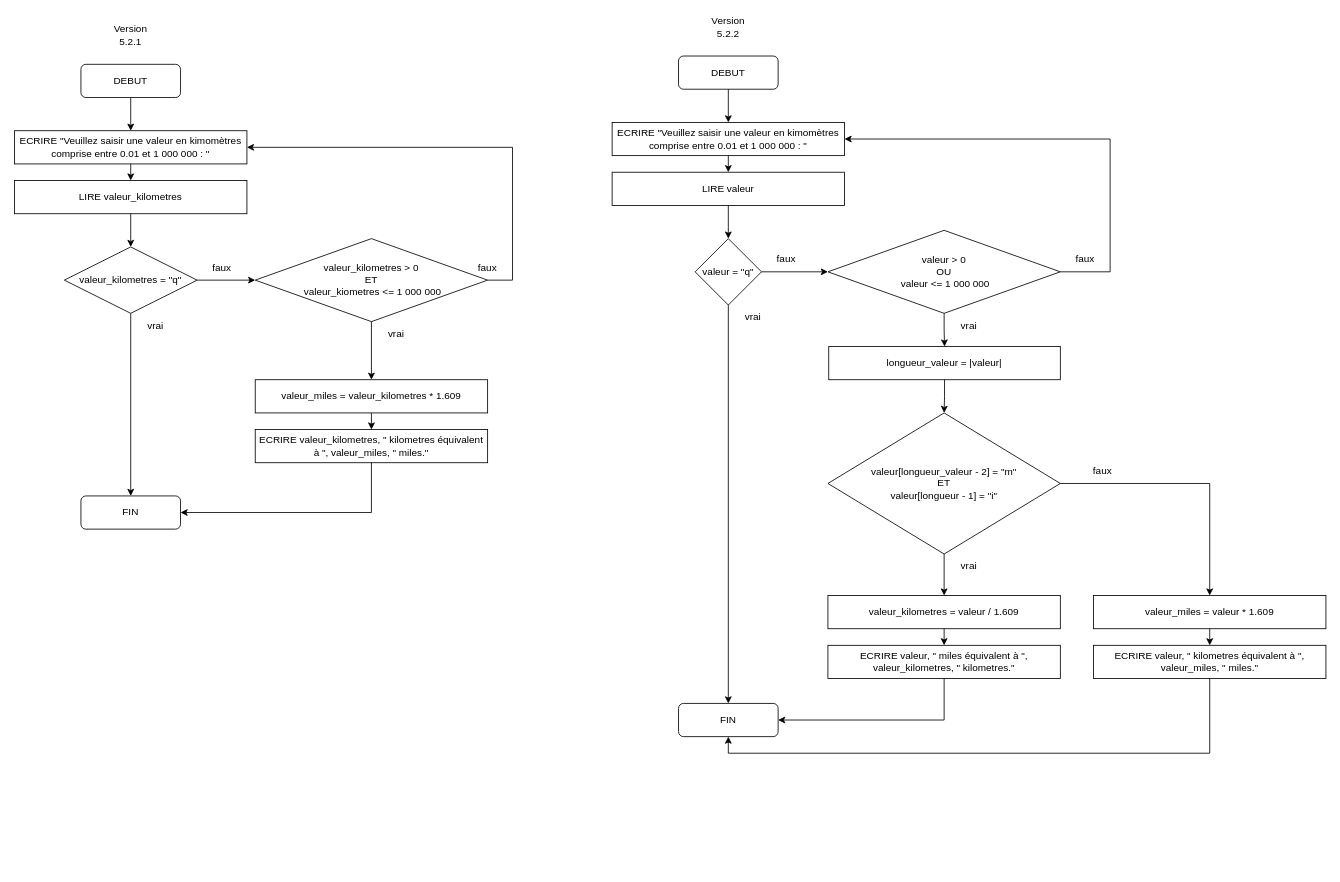
Before: 01 ALGORITHMIQUE/5.2 Conversion kilomètres miles.drawio in D-CRAVO/FORMATION-DWWM-2022, a draw.io diagram. Source tidied: cells renumbered, new cells numbered last; positions are measured from the earlier drawing's top-left corner, leaving out a move shared by most shapes. Both pictures are drawn from the tidied source at 83%, with x=0, y=0 at pixel (14, 14).
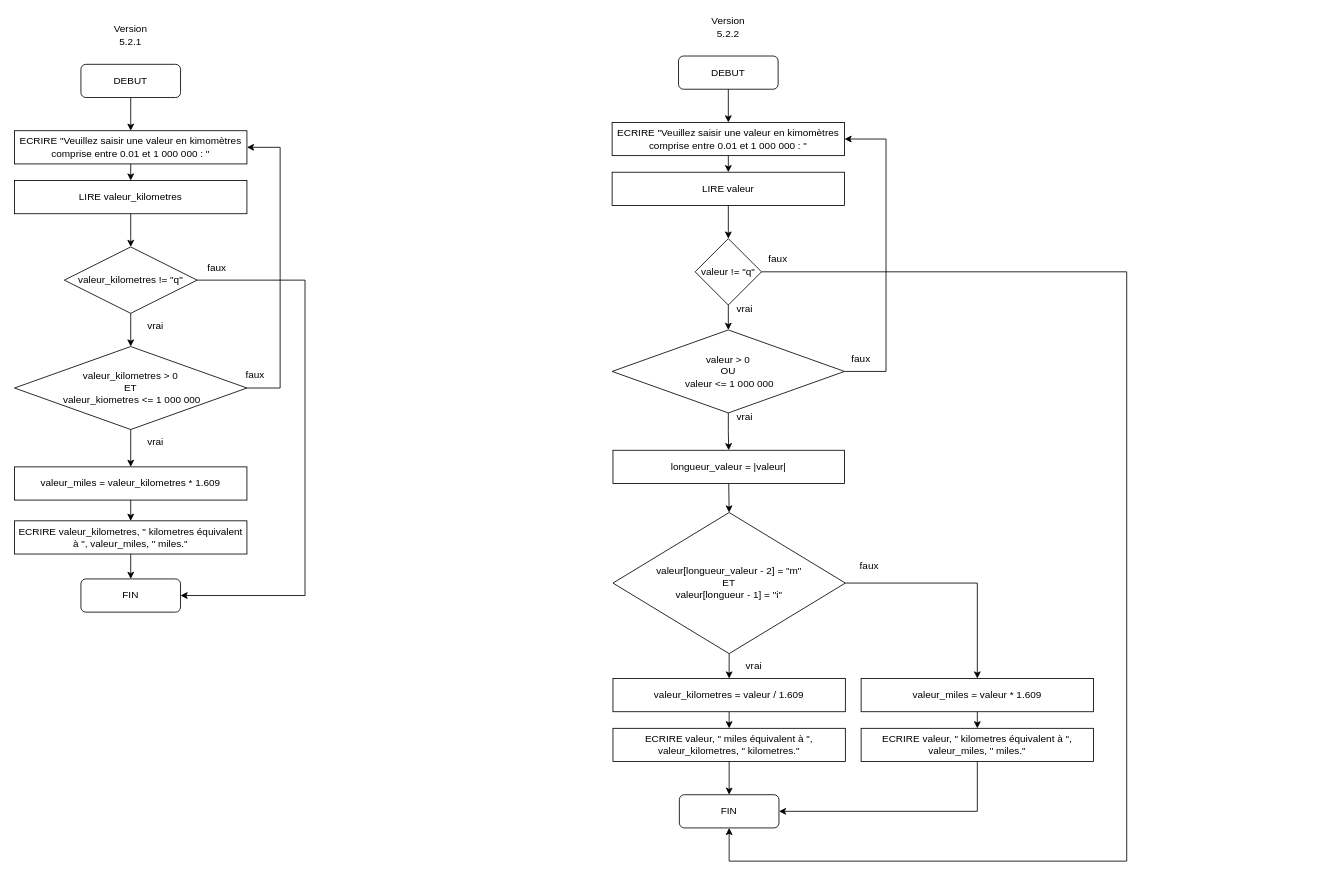
The same diagram, later.

The change refers to these unchanged cells:
```xml
<mxCell id="3" value="ECRIRE &quot;Veuillez saisir une valeur en kimomètres comprise entre 0.01 et 1 000 000 : &quot;" style="rounded=0;whiteSpace=wrap;html=1;fillColor=none;" parent="1" vertex="1">
  <mxGeometry y="140" width="280" height="40" as="geometry" />
</mxCell>
<mxCell id="25" value="ECRIRE &quot;Veuillez saisir une valeur en kimomètres comprise entre 0.01 et 1 000 000 : &quot;" style="rounded=0;whiteSpace=wrap;html=1;fillColor=none;" parent="1" vertex="1">
  <mxGeometry x="720" y="130" width="280" height="40" as="geometry" />
</mxCell>
```

The edit, as a diff of the source:
```diff
@@
+    <mxCell id="9" style="edgeStyle=orthogonalEdgeStyle;rounded=0;jettySize=auto;html=1;exitX=0.5;exitY=1;exitDx=0;exitDy=0;entryX=0.5;entryY=0;entryDx=0;entryDy=0;" parent="1" edge="1" source="10" target="18">
+      <mxGeometry relative="1" as="geometry" />
+    </mxCell>
-    <mxCell id="8" style="edgeStyle=orthogonalEdgeStyle;rounded=0;jettySize=auto;html=1;exitX=0.5;exitY=1;exitDx=0;exitDy=0;entryX=0.5;entryY=0;entryDx=0;entryDy=0;" parent="1" edge="1" source="10" target="15">
-      <mxGeometry relative="1" as="geometry" />
+    <mxCell id="8" style="edgeStyle=orthogonalEdgeStyle;rounded=0;jettySize=auto;html=1;exitX=1;exitY=0.5;exitDx=0;exitDy=0;entryX=1;entryY=0.5;entryDx=0;entryDy=0;" parent="1" edge="1" source="10" target="15">
+      <mxGeometry relative="1" as="geometry">
+        <Array as="points">
+          <mxPoint x="350" y="320" />
+          <mxPoint x="350" y="700" />
+        </Array>
+      </mxGeometry>
     </mxCell>
-    <mxCell id="9" style="edgeStyle=orthogonalEdgeStyle;rounded=0;jettySize=auto;html=1;exitX=1;exitY=0.5;exitDx=0;exitDy=0;entryX=0;entryY=0.5;entryDx=0;entryDy=0;" parent="1" edge="1" source="10" target="18">
-      <mxGeometry relative="1" as="geometry" />
-    </mxCell>
-    <mxCell id="10" value="valeur_kilometres = &quot;q&quot;" style="rhombus;whiteSpace=wrap;html=1;fillColor=none;" parent="1" vertex="1">
+    <mxCell id="10" value="valeur_kilometres != &quot;q&quot;" style="rhombus;whiteSpace=wrap;html=1;fillColor=none;" parent="1" vertex="1">
       <mxGeometry x="60" y="280" width="160" height="80" as="geometry" />
     </mxCell>
@@
     <mxCell id="12" value="valeur_miles = valeur_kilometres * 1.609" style="rounded=0;whiteSpace=wrap;html=1;fillColor=none;" parent="1" vertex="1">
-      <mxGeometry x="290" y="440" width="280" height="40" as="geometry" />
+      <mxGeometry y="545" width="280" height="40" as="geometry" />
     </mxCell>
-    <mxCell id="13" style="edgeStyle=orthogonalEdgeStyle;rounded=0;jettySize=auto;html=1;exitX=0.5;exitY=1;exitDx=0;exitDy=0;entryX=1;entryY=0.5;entryDx=0;entryDy=0;" parent="1" edge="1" source="14" target="15">
+    <mxCell id="13" style="edgeStyle=orthogonalEdgeStyle;rounded=0;jettySize=auto;html=1;exitX=0.5;exitY=1;exitDx=0;exitDy=0;entryX=0.5;entryY=0;entryDx=0;entryDy=0;" parent="1" edge="1" source="14" target="15">
       <mxGeometry relative="1" as="geometry" />
     </mxCell>
     <mxCell id="14" value="ECRIRE valeur_kilometres, &quot; kilometres équivalent à &quot;, valeur_miles, &quot; miles.&quot;" style="rounded=0;whiteSpace=wrap;html=1;fillColor=none;" parent="1" vertex="1">
-      <mxGeometry x="290" y="500" width="280" height="40" as="geometry" />
+      <mxGeometry y="610" width="280" height="40" as="geometry" />
     </mxCell>
     <mxCell id="15" value="FIN" style="rounded=1;whiteSpace=wrap;html=1;fillColor=none;" parent="1" vertex="1">
-      <mxGeometry x="80" y="580" width="120" height="40" as="geometry" />
+      <mxGeometry x="80" y="680" width="120" height="40" as="geometry" />
     </mxCell>
@@
     <mxCell id="17" style="edgeStyle=orthogonalEdgeStyle;rounded=0;jettySize=auto;html=1;exitX=1;exitY=0.5;exitDx=0;exitDy=0;entryX=1;entryY=0.5;entryDx=0;entryDy=0;" parent="1" edge="1" source="18" target="3">
       <mxGeometry relative="1" as="geometry">
         <Array as="points">
-          <mxPoint x="600" y="320" />
-          <mxPoint x="600" y="160" />
+          <mxPoint x="320" y="450" />
+          <mxPoint x="320" y="160" />
         </Array>
       </mxGeometry>
     </mxCell>
     <mxCell id="18" value="valeur_kilometres &amp;gt; 0 &lt;br&gt;ET&lt;br&gt;&amp;nbsp;valeur_kiometres &amp;lt;= 1 000 000" style="rhombus;whiteSpace=wrap;html=1;fillColor=none;" parent="1" vertex="1">
-      <mxGeometry x="290" y="270" width="280" height="100" as="geometry" />
+      <mxGeometry y="400" width="280" height="100" as="geometry" />
     </mxCell>
@@
     <mxCell id="20" value="vrai" style="text;html=1;strokeColor=none;fillColor=none;align=center;verticalAlign=middle;whiteSpace=wrap;rounded=0;" parent="1" vertex="1">
-      <mxGeometry x="430" y="370" width="60" height="30" as="geometry" />
+      <mxGeometry x="140" y="500" width="60" height="30" as="geometry" />
     </mxCell>
     <mxCell id="21" value="faux" style="text;html=1;strokeColor=none;fillColor=none;align=center;verticalAlign=middle;whiteSpace=wrap;rounded=0;" parent="1" vertex="1">
-      <mxGeometry x="220" y="290" width="60" height="30" as="geometry" />
+      <mxGeometry x="214" y="290" width="60" height="30" as="geometry" />
     </mxCell>
     <mxCell id="22" value="faux" style="text;html=1;strokeColor=none;fillColor=none;align=center;verticalAlign=middle;whiteSpace=wrap;rounded=0;" parent="1" vertex="1">
-      <mxGeometry x="540" y="290" width="60" height="30" as="geometry" />
+      <mxGeometry x="260" y="420" width="60" height="30" as="geometry" />
     </mxCell>
@@
-    <mxCell id="30" style="edgeStyle=orthogonalEdgeStyle;rounded=0;jettySize=auto;html=1;exitX=0.5;exitY=1;exitDx=0;exitDy=0;entryX=0.5;entryY=0;entryDx=0;entryDy=0;" parent="1" edge="1" source="32" target="37">
-      <mxGeometry relative="1" as="geometry" />
+    <mxCell id="30" style="edgeStyle=orthogonalEdgeStyle;rounded=0;jettySize=auto;html=1;exitX=1;exitY=0.5;exitDx=0;exitDy=0;entryX=0.5;entryY=1;entryDx=0;entryDy=0;" parent="1" edge="1" source="32" target="37">
+      <mxGeometry relative="1" as="geometry">
+        <Array as="points">
+          <mxPoint x="1340" y="310" />
+          <mxPoint x="1340" y="1020" />
+          <mxPoint x="861" y="1020" />
+        </Array>
+      </mxGeometry>
     </mxCell>
-    <mxCell id="31" style="edgeStyle=orthogonalEdgeStyle;rounded=0;jettySize=auto;html=1;exitX=1;exitY=0.5;exitDx=0;exitDy=0;entryX=0;entryY=0.5;entryDx=0;entryDy=0;" parent="1" edge="1" source="32" target="40">
+    <mxCell id="31" style="edgeStyle=orthogonalEdgeStyle;rounded=0;jettySize=auto;html=1;exitX=0.5;exitY=1;exitDx=0;exitDy=0;entryX=0.5;entryY=0;entryDx=0;entryDy=0;" parent="1" edge="1" source="32" target="40">
       <mxGeometry relative="1" as="geometry" />
     </mxCell>
-    <mxCell id="32" value="valeur = &quot;q&quot;" style="rhombus;whiteSpace=wrap;html=1;fillColor=none;" parent="1" vertex="1">
+    <mxCell id="32" value="valeur != &quot;q&quot;" style="rhombus;whiteSpace=wrap;html=1;fillColor=none;" parent="1" vertex="1">
       <mxGeometry x="820" y="270" width="80" height="80" as="geometry" />
     </mxCell>
@@
     <mxCell id="34" value="valeur_miles = valeur * 1.609" style="rounded=0;whiteSpace=wrap;html=1;fillColor=none;" parent="1" vertex="1">
-      <mxGeometry x="1300" y="700" width="280" height="40" as="geometry" />
+      <mxGeometry x="1020" y="800" width="280" height="40" as="geometry" />
     </mxCell>
-    <mxCell id="35" style="edgeStyle=orthogonalEdgeStyle;rounded=0;jettySize=auto;html=1;exitX=0.5;exitY=1;exitDx=0;exitDy=0;entryX=0.5;entryY=1;entryDx=0;entryDy=0;" parent="1" edge="1" source="36" target="37">
+    <mxCell id="35" style="edgeStyle=orthogonalEdgeStyle;rounded=0;jettySize=auto;html=1;exitX=0.5;exitY=1;exitDx=0;exitDy=0;entryX=1;entryY=0.5;entryDx=0;entryDy=0;" parent="1" edge="1" source="36" target="37">
       <mxGeometry relative="1" as="geometry" />
     </mxCell>
     <mxCell id="36" value="ECRIRE valeur, &quot; kilometres équivalent à &quot;, valeur_miles, &quot; miles.&quot;" style="rounded=0;whiteSpace=wrap;html=1;fillColor=none;" parent="1" vertex="1">
-      <mxGeometry x="1300" y="760" width="280" height="40" as="geometry" />
+      <mxGeometry x="1020" y="860" width="280" height="40" as="geometry" />
     </mxCell>
     <mxCell id="37" value="FIN" style="rounded=1;whiteSpace=wrap;html=1;fillColor=none;" parent="1" vertex="1">
-      <mxGeometry x="800" y="830" width="120" height="40" as="geometry" />
+      <mxGeometry x="801" y="940" width="120" height="40" as="geometry" />
     </mxCell>
+    <mxCell id="39" style="edgeStyle=orthogonalEdgeStyle;rounded=0;jettySize=auto;html=1;exitX=0.5;exitY=1;exitDx=0;exitDy=0;entryX=0.5;entryY=0;entryDx=0;entryDy=0;" parent="1" edge="1" source="40" target="50">
+      <mxGeometry relative="1" as="geometry" />
+    </mxCell>
     <mxCell id="38" style="edgeStyle=orthogonalEdgeStyle;rounded=0;jettySize=auto;html=1;exitX=1;exitY=0.5;exitDx=0;exitDy=0;entryX=1;entryY=0.5;entryDx=0;entryDy=0;" parent="1" edge="1" source="40" target="25">
       <mxGeometry relative="1" as="geometry">
         <Array as="points">
-          <mxPoint x="1320" y="310" />
-          <mxPoint x="1320" y="150" />
+          <mxPoint x="1050" y="430" />
+          <mxPoint x="1050" y="150" />
         </Array>
       </mxGeometry>
     </mxCell>
-    <mxCell id="39" style="edgeStyle=orthogonalEdgeStyle;rounded=0;jettySize=auto;html=1;exitX=0.5;exitY=1;exitDx=0;exitDy=0;entryX=0.5;entryY=0;entryDx=0;entryDy=0;" parent="1" edge="1" source="40" target="50">
-      <mxGeometry relative="1" as="geometry" />
-    </mxCell>
     <mxCell id="40" value="valeur &amp;gt; 0 &lt;br&gt;OU&lt;br&gt;&amp;nbsp;valeur &amp;lt;= 1 000 000" style="rhombus;whiteSpace=wrap;html=1;fillColor=none;" parent="1" vertex="1">
-      <mxGeometry x="980" y="260" width="280" height="100" as="geometry" />
+      <mxGeometry x="720" y="380" width="280" height="100" as="geometry" />
     </mxCell>
     <mxCell id="41" value="vrai" style="text;html=1;strokeColor=none;fillColor=none;align=center;verticalAlign=middle;whiteSpace=wrap;rounded=0;" parent="1" vertex="1">
-      <mxGeometry x="860" y="350" width="60" height="30" as="geometry" />
+      <mxGeometry x="850" y="340" width="60" height="30" as="geometry" />
     </mxCell>
     <mxCell id="42" value="vrai" style="text;html=1;strokeColor=none;fillColor=none;align=center;verticalAlign=middle;whiteSpace=wrap;rounded=0;" parent="1" vertex="1">
-      <mxGeometry x="1120" y="360" width="60" height="30" as="geometry" />
+      <mxGeometry x="850" y="470" width="60" height="30" as="geometry" />
     </mxCell>
     <mxCell id="43" value="faux" style="text;html=1;strokeColor=none;fillColor=none;align=center;verticalAlign=middle;whiteSpace=wrap;rounded=0;" parent="1" vertex="1">
-      <mxGeometry x="900" y="280" width="60" height="30" as="geometry" />
+      <mxGeometry x="890" y="280" width="60" height="30" as="geometry" />
     </mxCell>
     <mxCell id="44" value="faux" style="text;html=1;strokeColor=none;fillColor=none;align=center;verticalAlign=middle;whiteSpace=wrap;rounded=0;" parent="1" vertex="1">
-      <mxGeometry x="1260" y="280" width="60" height="30" as="geometry" />
+      <mxGeometry x="990" y="400" width="60" height="30" as="geometry" />
     </mxCell>
@@
     <mxCell id="48" value="valeur[longueur_valeur - 2] = &quot;m&quot; &lt;br&gt;ET&lt;br&gt;valeur[longueur - 1] = &quot;i&quot;" style="rhombus;whiteSpace=wrap;html=1;fillColor=none;" parent="1" vertex="1">
-      <mxGeometry x="980" y="480" width="280" height="170" as="geometry" />
+      <mxGeometry x="721" y="600" width="280" height="170" as="geometry" />
     </mxCell>
@@
     <mxCell id="50" value="longueur_valeur = |valeur|" style="rounded=0;whiteSpace=wrap;html=1;fillColor=none;" parent="1" vertex="1">
-      <mxGeometry x="981" y="400" width="279" height="40" as="geometry" />
+      <mxGeometry x="721" y="525" width="279" height="40" as="geometry" />
     </mxCell>
@@
     <mxCell id="52" value="valeur_kilometres = valeur / 1.609" style="rounded=0;whiteSpace=wrap;html=1;fillColor=none;" parent="1" vertex="1">
-      <mxGeometry x="980" y="700" width="280" height="40" as="geometry" />
+      <mxGeometry x="721" y="800" width="280" height="40" as="geometry" />
     </mxCell>
-    <mxCell id="53" style="edgeStyle=orthogonalEdgeStyle;rounded=0;jettySize=auto;html=1;exitX=0.5;exitY=1;exitDx=0;exitDy=0;entryX=1;entryY=0.5;entryDx=0;entryDy=0;" parent="1" edge="1" source="54" target="37">
+    <mxCell id="53" style="edgeStyle=orthogonalEdgeStyle;rounded=0;jettySize=auto;html=1;exitX=0.5;exitY=1;exitDx=0;exitDy=0;" parent="1" edge="1" source="54" target="37">
       <mxGeometry relative="1" as="geometry" />
     </mxCell>
     <mxCell id="54" value="ECRIRE valeur, &quot; miles équivalent à &quot;, valeur_kilometres, &quot; kilometres.&quot;" style="rounded=0;whiteSpace=wrap;html=1;fillColor=none;" parent="1" vertex="1">
-      <mxGeometry x="980" y="760" width="280" height="40" as="geometry" />
+      <mxGeometry x="721" y="860" width="280" height="40" as="geometry" />
     </mxCell>
     <mxCell id="55" value="vrai" style="text;html=1;strokeColor=none;fillColor=none;align=center;verticalAlign=middle;whiteSpace=wrap;rounded=0;" parent="1" vertex="1">
-      <mxGeometry x="1120" y="650" width="60" height="30" as="geometry" />
+      <mxGeometry x="861" y="770" width="60" height="30" as="geometry" />
     </mxCell>
     <mxCell id="56" value="faux" style="text;html=1;strokeColor=none;fillColor=none;align=center;verticalAlign=middle;whiteSpace=wrap;rounded=0;" parent="1" vertex="1">
-      <mxGeometry x="1280.5" y="535" width="60" height="30" as="geometry" />
+      <mxGeometry x="1000" y="650" width="60" height="30" as="geometry" />
     </mxCell>
```
